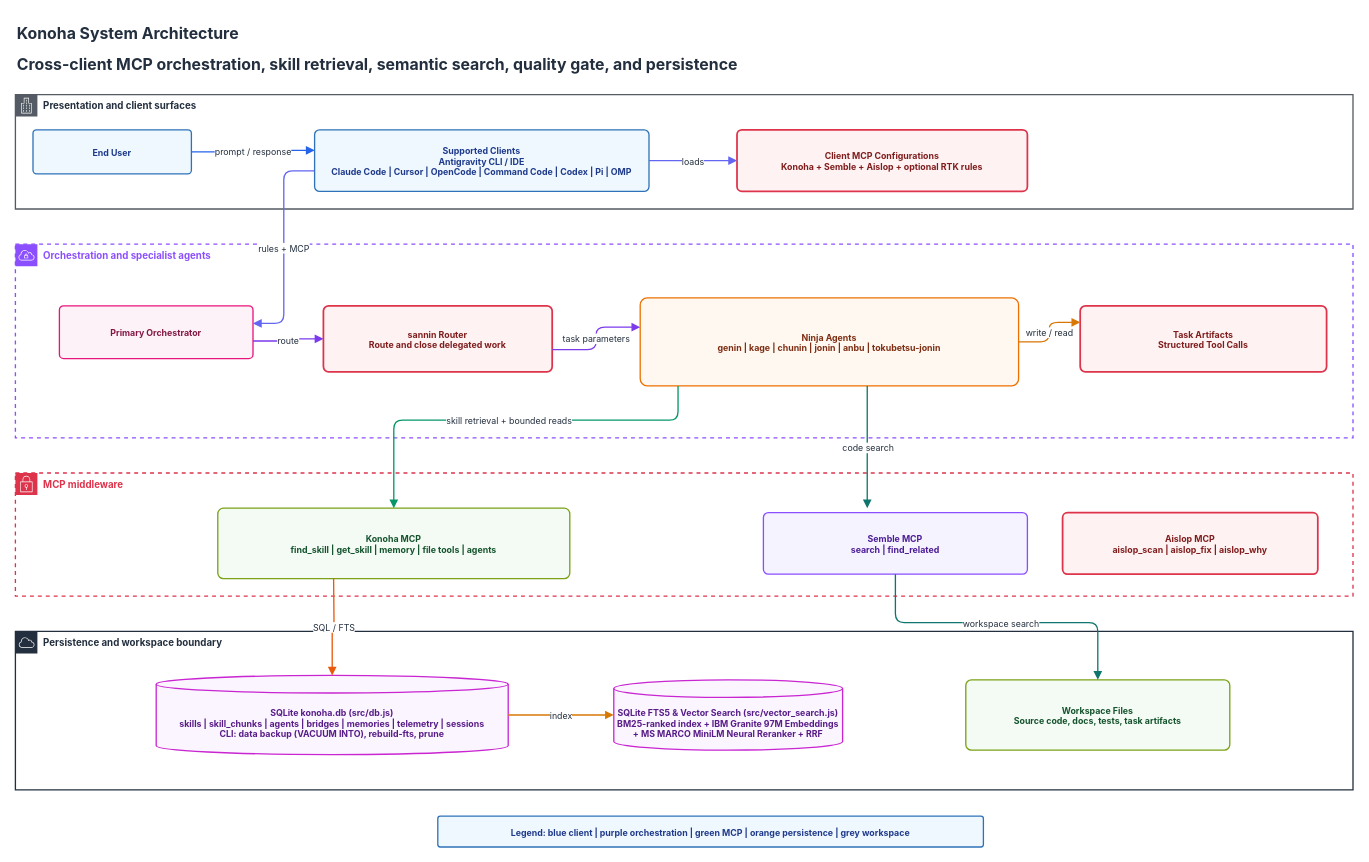
Before: page "01 System Architecture" (1 of 16) of docs/diagrams/konoha-enterprise-architecture.drawio in andycungkrinx91/konoha, a draw.io diagram. Source tidied: cells renumbered, new cells numbered last; positions are measured from the earlier drawing's top-left corner, leaving out a move shared by most shapes. Both pictures are drawn from the tidied source at 88%, with x=0, y=0 at pixel (15, 15).
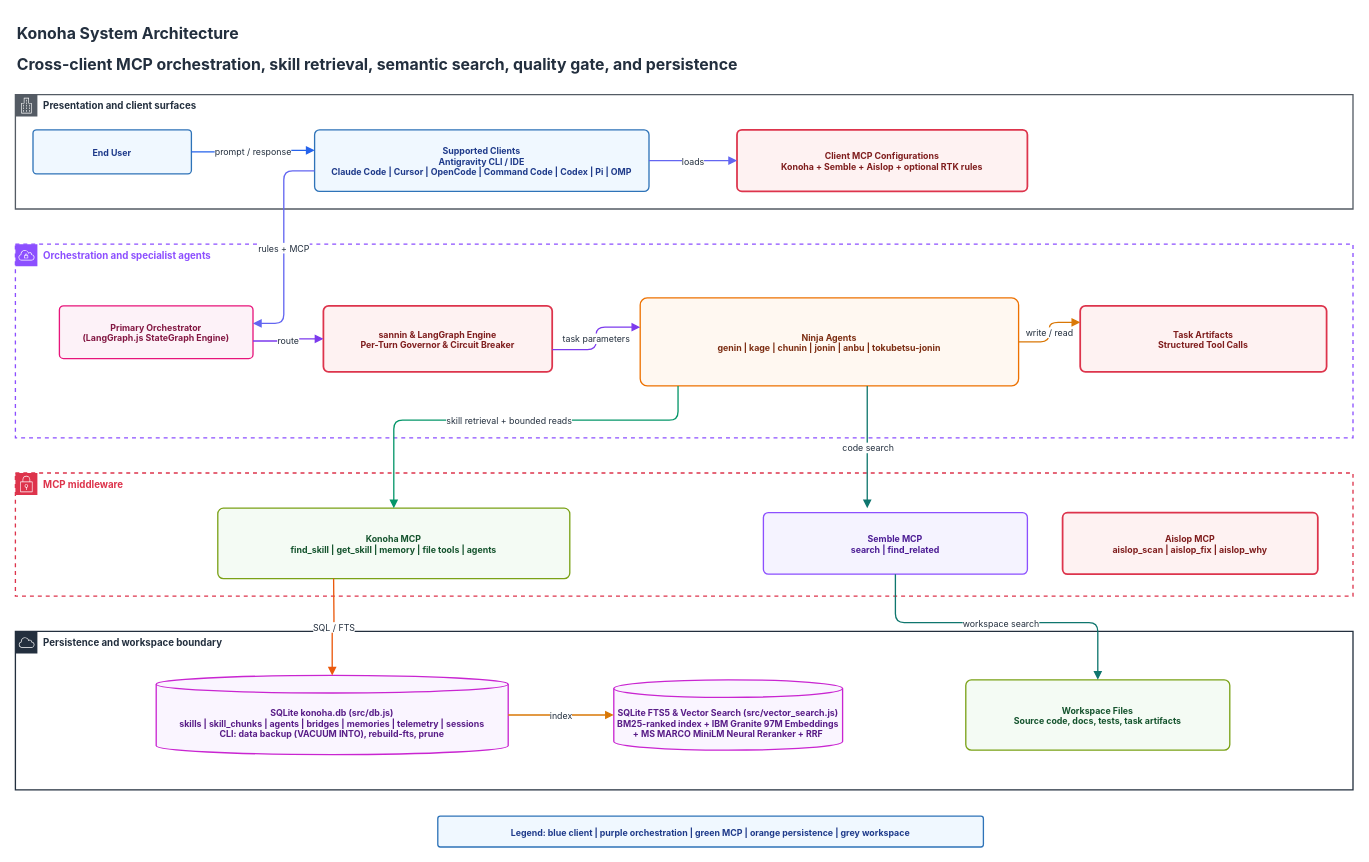
The same page after the edit.

The change refers to these unchanged cells:
```xml
<mxCell id="8" value="Orchestration and specialist agents" style="shape=mxgraph.aws4.group;grIcon=mxgraph.aws4.group_vpc;strokeColor=#8C4FFF;fillColor=none;verticalAlign=top;align=left;spacingLeft=30;fontColor=#8C4FFF;dashed=1;strokeWidth=1.5;fontFamily=Inter, system-ui;fontSize=11;fontStyle=1;" parent="1" vertex="1">
  <mxGeometry y="260" width="1520" height="220" as="geometry" />
</mxCell>
```

What changed in the source:
```diff
@@
-    <mxCell id="9" value="Primary Orchestrator" style="rounded=1;arcSize=8;html=1;whiteSpace=wrap;fillColor=#FDF2F8;strokeColor=#E7157B;strokeWidth=1.5;fontFamily=Inter, system-ui, -apple-system;fontSize=10;fontColor=#831843;fontStyle=1;shadow=0;" parent="8" vertex="1">
+    <mxCell id="9" value="Primary Orchestrator&#10;(LangGraph.js StateGraph Engine)" style="rounded=1;arcSize=8;html=1;whiteSpace=wrap;fillColor=#FDF2F8;strokeColor=#E7157B;strokeWidth=1.5;fontFamily=Inter, system-ui, -apple-system;fontSize=10;fontColor=#831843;fontStyle=1;shadow=0;" parent="8" vertex="1">
       <mxGeometry x="50" y="70" width="220" height="60" as="geometry" />
     </mxCell>
-    <mxCell id="10" value="sannin Router&#10;Route and close delegated work" style="rounded=1;arcSize=8;html=1;whiteSpace=wrap;fillColor=#FEF2F2;strokeColor=#DD344C;strokeWidth=2;fontFamily=Inter, system-ui, -apple-system;fontSize=10;fontColor=#7F1D1D;fontStyle=1;shadow=0;" parent="8" vertex="1">
+    <mxCell id="10" value="sannin &amp; LangGraph Engine&#10;Per-Turn Governor &amp; Circuit Breaker" style="rounded=1;arcSize=8;html=1;whiteSpace=wrap;fillColor=#FEF2F2;strokeColor=#DD344C;strokeWidth=2;fontFamily=Inter, system-ui, -apple-system;fontSize=10;fontColor=#7F1D1D;fontStyle=1;shadow=0;" parent="8" vertex="1">
       <mxGeometry x="350" y="70" width="260" height="75" as="geometry" />
     </mxCell>
```
